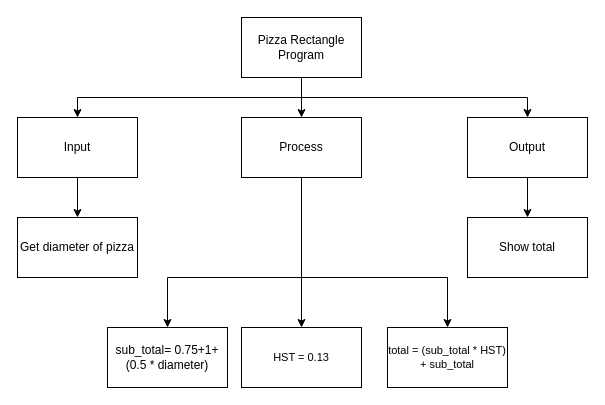
Earlier version of the draw.io diagram design.drawio (michael-clermont1/ICS3U-Unit3-05-Python). Source tidied: cells renumbered, new cells numbered last; positions are measured from the earlier drawing's top-left corner, leaving out a move shared by most shapes. Both pictures are drawn from the tidied source at 100%, with x=0, y=0 at pixel (17, 17).
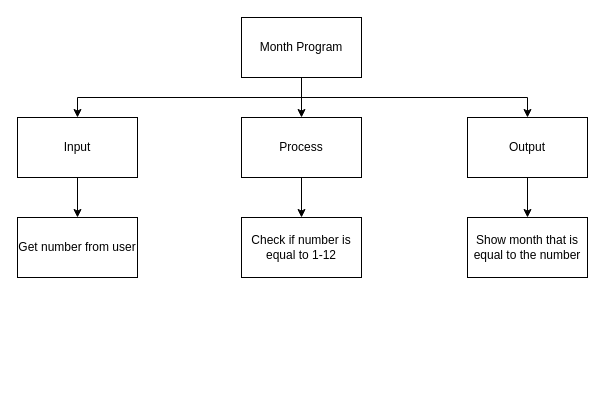
Above is the later version.

Unchanged cells that the change refers to:
```xml
<mxCell id="11" value="Process" style="rounded=0;whiteSpace=wrap;html=1;" parent="1" vertex="1">
  <mxGeometry x="224" y="100" width="120" height="60" as="geometry" />
</mxCell>
<mxCell id="13" value="Output" style="rounded=0;whiteSpace=wrap;html=1;" parent="1" vertex="1">
  <mxGeometry x="450" y="100" width="120" height="60" as="geometry" />
</mxCell>
```

What changed in the source:
```diff
@@
-    <mxCell id="5" value="Pizza Rectangle Program" style="rounded=0;whiteSpace=wrap;html=1;" parent="1" vertex="1">
+    <mxCell id="5" value="Month Program" style="rounded=0;whiteSpace=wrap;html=1;" parent="1" vertex="1">
       <mxGeometry x="224" width="120" height="60" as="geometry" />
     </mxCell>
@@
-    <mxCell id="8" style="edgeStyle=orthogonalEdgeStyle;shape=connector;rounded=0;html=1;entryX=0.5;entryY=0;entryDx=0;entryDy=0;labelBackgroundColor=default;fontFamily=Helvetica;fontSize=11;fontColor=default;endArrow=classic;strokeColor=default;" parent="1" edge="1" source="11" target="15">
-      <mxGeometry relative="1" as="geometry">
-        <Array as="points">
-          <mxPoint x="284" y="260" />
-          <mxPoint x="150" y="260" />
-        </Array>
-      </mxGeometry>
-    </mxCell>
-    <mxCell id="9" style="edgeStyle=orthogonalEdgeStyle;shape=connector;rounded=0;html=1;entryX=0.5;entryY=0;entryDx=0;entryDy=0;labelBackgroundColor=default;fontFamily=Helvetica;fontSize=11;fontColor=default;endArrow=classic;strokeColor=default;" parent="1" edge="1" source="11" target="17">
-      <mxGeometry relative="1" as="geometry" />
-    </mxCell>
-    <mxCell id="10" style="edgeStyle=orthogonalEdgeStyle;shape=connector;rounded=0;html=1;entryX=0.5;entryY=0;entryDx=0;entryDy=0;labelBackgroundColor=default;fontFamily=Helvetica;fontSize=11;fontColor=default;endArrow=classic;strokeColor=default;" parent="1" edge="1" source="11" target="18">
-      <mxGeometry relative="1" as="geometry">
-        <Array as="points">
-          <mxPoint x="284" y="260" />
-          <mxPoint x="430" y="260" />
-        </Array>
-      </mxGeometry>
-    </mxCell>
+    <mxCell id="19" style="edgeStyle=none;html=1;entryX=0.5;entryY=0;entryDx=0;entryDy=0;" parent="1" edge="1" source="11" target="10">
+      <mxGeometry relative="1" as="geometry" />
+    </mxCell>
@@
-    <mxCell id="12" style="edgeStyle=orthogonalEdgeStyle;shape=connector;rounded=0;html=1;entryX=0.5;entryY=0;entryDx=0;entryDy=0;labelBackgroundColor=default;fontFamily=Helvetica;fontSize=11;fontColor=default;endArrow=classic;strokeColor=default;" parent="1" edge="1" source="13" target="16">
+    <mxCell id="12" style="edgeStyle=none;html=1;entryX=0.5;entryY=0;entryDx=0;entryDy=0;" parent="1" edge="1" source="13" target="16">
       <mxGeometry relative="1" as="geometry" />
     </mxCell>
@@
-    <mxCell id="14" value="Get diameter of pizza" style="rounded=0;whiteSpace=wrap;html=1;" parent="1" vertex="1">
+    <mxCell id="14" value="Get number from user" style="rounded=0;whiteSpace=wrap;html=1;" parent="1" vertex="1">
       <mxGeometry y="200" width="120" height="60" as="geometry" />
     </mxCell>
-    <mxCell id="15" value="sub_total= 0.75+1+ (0.5 * diameter)" style="rounded=0;whiteSpace=wrap;html=1;" parent="1" vertex="1">
-      <mxGeometry x="90" y="310" width="120" height="60" as="geometry" />
-    </mxCell>
-    <mxCell id="16" value="Show total" style="rounded=0;whiteSpace=wrap;html=1;" parent="1" vertex="1">
+    <mxCell id="16" value="Show month that is equal to the number" style="rounded=0;whiteSpace=wrap;html=1;" parent="1" vertex="1">
       <mxGeometry x="450" y="200" width="120" height="60" as="geometry" />
     </mxCell>
-    <mxCell id="17" value="HST = 0.13" style="rounded=0;whiteSpace=wrap;html=1;fontFamily=Helvetica;fontSize=11;fontColor=default;" parent="1" vertex="1">
-      <mxGeometry x="224" y="310" width="120" height="60" as="geometry" />
-    </mxCell>
-    <mxCell id="18" value="total = (sub_total * HST) + sub_total" style="rounded=0;whiteSpace=wrap;html=1;fontFamily=Helvetica;fontSize=11;fontColor=default;" parent="1" vertex="1">
-      <mxGeometry x="370" y="310" width="120" height="60" as="geometry" />
-    </mxCell>
+    <mxCell id="10" value="Check if number is equal to 1-12" style="rounded=0;whiteSpace=wrap;html=1;" parent="1" vertex="1">
+      <mxGeometry x="224" y="200" width="120" height="60" as="geometry" />
+    </mxCell>
```
